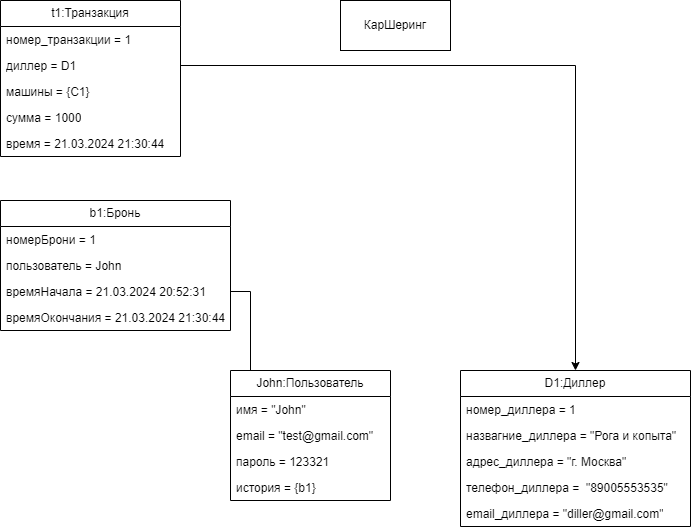
This is 3course2semestr/SIPI/block2/diagram_objectov.drawio.png from MShizikU/unik, a draw.io export, as it was before one commit. Source tidied: cells renumbered, new cells last; positions are measured from the earlier drawing's top-left corner, leaving out a move shared by most shapes.
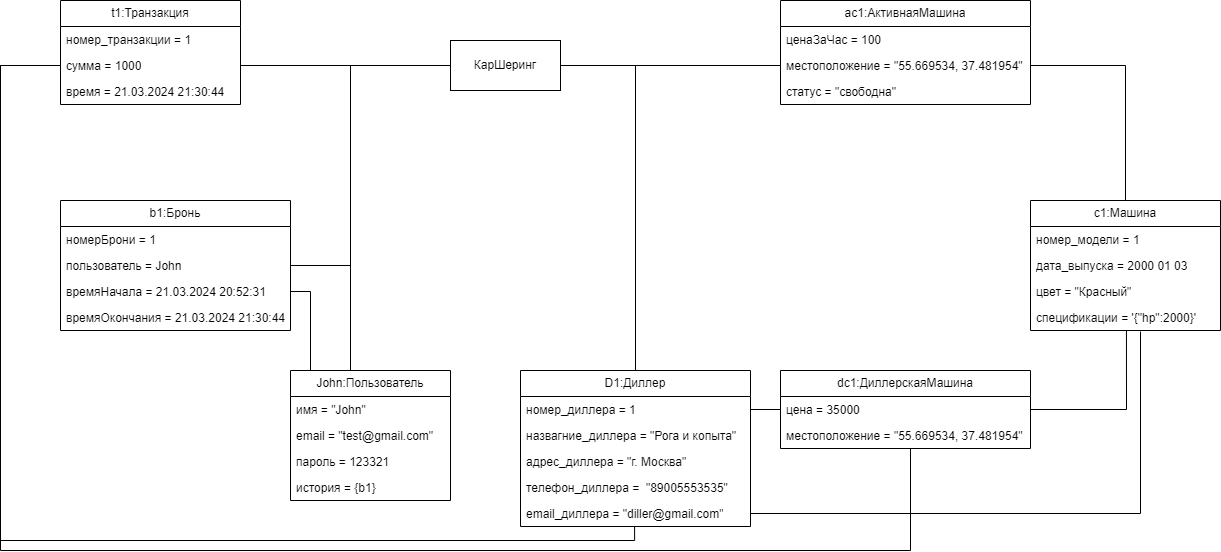
Later version of the same file.

Change to the diagram source:
```diff
@@ -2,8 +2,38 @@
   <root>
     <mxCell id="0" />
     <mxCell id="1" parent="0" />
+    <mxCell id="27" style="edgeStyle=orthogonalEdgeStyle;rounded=0;jettySize=auto;html=1;entryX=1;entryY=0.5;entryDx=0;entryDy=0;endArrow=none;endFill=0;exitX=0;exitY=0.5;exitDx=0;exitDy=0;" parent="1" edge="1" source="2" target="5">
+      <mxGeometry relative="1" as="geometry">
+        <Array as="points">
+          <mxPoint x="290" y="65" />
+          <mxPoint x="290" y="265" />
+        </Array>
+      </mxGeometry>
+    </mxCell>
+    <mxCell id="28" style="edgeStyle=orthogonalEdgeStyle;rounded=0;jettySize=auto;html=1;exitX=0;exitY=0.25;exitDx=0;exitDy=0;entryX=1;entryY=0.5;entryDx=0;entryDy=0;endArrow=none;endFill=0;" parent="1" edge="1" source="2" target="18">
+      <mxGeometry relative="1" as="geometry">
+        <Array as="points">
+          <mxPoint x="390" y="65" />
+        </Array>
+      </mxGeometry>
+    </mxCell>
+    <mxCell id="29" style="edgeStyle=orthogonalEdgeStyle;rounded=0;jettySize=auto;html=1;exitX=0;exitY=0.75;exitDx=0;exitDy=0;entryX=0.5;entryY=0;entryDx=0;entryDy=0;endArrow=none;endFill=0;" parent="1" edge="1" source="2" target="8">
+      <mxGeometry relative="1" as="geometry">
+        <Array as="points">
+          <mxPoint x="390" y="65" />
+          <mxPoint x="290" y="65" />
+          <mxPoint x="290" y="370" />
+        </Array>
+      </mxGeometry>
+    </mxCell>
+    <mxCell id="30" style="edgeStyle=orthogonalEdgeStyle;rounded=0;jettySize=auto;html=1;exitX=1;exitY=0.5;exitDx=0;exitDy=0;endArrow=none;endFill=0;" parent="1" edge="1" source="2" target="39">
+      <mxGeometry relative="1" as="geometry" />
+    </mxCell>
+    <mxCell id="31" style="edgeStyle=orthogonalEdgeStyle;rounded=0;jettySize=auto;html=1;exitX=1;exitY=0.5;exitDx=0;exitDy=0;entryX=0.5;entryY=0;entryDx=0;entryDy=0;endArrow=none;endFill=0;" parent="1" edge="1" source="2" target="20">
+      <mxGeometry relative="1" as="geometry" />
+    </mxCell>
     <mxCell id="2" value="КарШеринг" style="html=1;whiteSpace=wrap;" parent="1" vertex="1">
-      <mxGeometry x="340" width="110" height="50" as="geometry" />
+      <mxGeometry x="390" y="40" width="110" height="50" as="geometry" />
     </mxCell>
     <mxCell id="3" value="b1:Бронь" style="swimlane;fontStyle=0;horizontal=1;startSize=26;fillColor=none;whiteSpace=wrap;html=1;" parent="1" vertex="1">
       <mxGeometry y="200" width="230" height="130" as="geometry" />
@@ -43,22 +73,16 @@
       </mxGeometry>
     </mxCell>
     <mxCell id="14" value="t1:Транзакция" style="swimlane;fontStyle=0;horizontal=1;startSize=26;fillColor=none;whiteSpace=wrap;html=1;" parent="1" vertex="1">
-      <mxGeometry width="180" height="156" as="geometry" />
+      <mxGeometry width="180" height="104" as="geometry" />
     </mxCell>
     <mxCell id="15" value="номер_транзакции = 1" style="text;strokeColor=none;fillColor=none;align=left;verticalAlign=top;spacingLeft=4;spacingRight=4;overflow=hidden;whiteSpace=wrap;html=1;" parent="14" vertex="1">
       <mxGeometry y="26" width="180" height="26" as="geometry" />
     </mxCell>
-    <mxCell id="16" value="диллер = D1" style="text;strokeColor=none;fillColor=none;align=left;verticalAlign=top;spacingLeft=4;spacingRight=4;overflow=hidden;points=[[0,0.5],[1,0.5]];portConstraint=eastwest;whiteSpace=wrap;html=1;" parent="14" vertex="1">
-      <mxGeometry y="52" width="180" height="26" as="geometry" />
-    </mxCell>
-    <mxCell id="17" value="машины = {C1}" style="text;strokeColor=none;fillColor=none;align=left;verticalAlign=top;spacingLeft=4;spacingRight=4;overflow=hidden;whiteSpace=wrap;html=1;" parent="14" vertex="1">
-      <mxGeometry y="78" width="180" height="26" as="geometry" />
-    </mxCell>
     <mxCell id="18" value="сумма = 1000" style="text;strokeColor=none;fillColor=none;align=left;verticalAlign=top;spacingLeft=4;spacingRight=4;overflow=hidden;points=[[0,0.5],[1,0.5]];portConstraint=eastwest;whiteSpace=wrap;html=1;" parent="14" vertex="1">
-      <mxGeometry y="104" width="180" height="26" as="geometry" />
+      <mxGeometry y="52" width="180" height="26" as="geometry" />
     </mxCell>
     <mxCell id="19" value="время = 21.03.2024 21:30:44" style="text;strokeColor=none;fillColor=none;align=left;verticalAlign=top;spacingLeft=4;spacingRight=4;overflow=hidden;whiteSpace=wrap;html=1;" parent="14" vertex="1">
-      <mxGeometry y="130" width="180" height="26" as="geometry" />
+      <mxGeometry y="78" width="180" height="26" as="geometry" />
     </mxCell>
     <mxCell id="20" value="D1:Диллер" style="swimlane;fontStyle=0;horizontal=1;startSize=26;fillColor=none;whiteSpace=wrap;html=1;" parent="1" vertex="1">
       <mxGeometry x="460" y="370" width="230" height="156" as="geometry" />
@@ -78,8 +102,77 @@
     <mxCell id="25" value="email_диллера = &quot;diller@gmail.com&quot;" style="text;strokeColor=none;fillColor=none;align=left;verticalAlign=top;spacingLeft=4;spacingRight=4;overflow=hidden;points=[[0,0.5],[1,0.5]];portConstraint=eastwest;whiteSpace=wrap;html=1;" parent="20" vertex="1">
       <mxGeometry y="130" width="230" height="26" as="geometry" />
     </mxCell>
-    <mxCell id="26" style="edgeStyle=orthogonalEdgeStyle;rounded=0;jettySize=auto;html=1;" parent="1" edge="1" source="16" target="20">
-      <mxGeometry relative="1" as="geometry" />
+    <mxCell id="26" style="edgeStyle=orthogonalEdgeStyle;rounded=0;jettySize=auto;html=1;endArrow=none;endFill=0;entryX=0.496;entryY=1;entryDx=0;entryDy=0;entryPerimeter=0;exitX=0;exitY=0.5;exitDx=0;exitDy=0;" parent="1" edge="1" source="18" target="25">
+      <mxGeometry relative="1" as="geometry">
+        <Array as="points">
+          <mxPoint x="-60" y="65" />
+          <mxPoint x="-60" y="540" />
+          <mxPoint x="574" y="540" />
+        </Array>
+      </mxGeometry>
     </mxCell>
+    <mxCell id="32" value="с1:Машина" style="swimlane;fontStyle=0;horizontal=1;startSize=26;fillColor=none;whiteSpace=wrap;html=1;" parent="1" vertex="1">
+      <mxGeometry x="970" y="200" width="190" height="130" as="geometry" />
+    </mxCell>
+    <mxCell id="33" value="номер_модели = 1" style="text;strokeColor=none;fillColor=none;align=left;verticalAlign=top;spacingLeft=4;spacingRight=4;overflow=hidden;whiteSpace=wrap;html=1;" parent="32" vertex="1">
+      <mxGeometry y="26" width="190" height="26" as="geometry" />
+    </mxCell>
+    <mxCell id="34" value="дата_выпуска = 2000 01 03" style="text;strokeColor=none;fillColor=none;align=left;verticalAlign=top;spacingLeft=4;spacingRight=4;overflow=hidden;whiteSpace=wrap;html=1;" parent="32" vertex="1">
+      <mxGeometry y="52" width="190" height="26" as="geometry" />
+    </mxCell>
+    <mxCell id="35" value="цвет = &quot;Красный&quot;&lt;div&gt;&lt;br&gt;&lt;/div&gt;" style="text;strokeColor=none;fillColor=none;align=left;verticalAlign=top;spacingLeft=4;spacingRight=4;overflow=hidden;whiteSpace=wrap;html=1;" parent="32" vertex="1">
+      <mxGeometry y="78" width="190" height="26" as="geometry" />
+    </mxCell>
+    <mxCell id="36" value="спецификации = '{&quot;hp&quot;:2000}'" style="text;strokeColor=none;fillColor=none;align=left;verticalAlign=top;spacingLeft=4;spacingRight=4;overflow=hidden;points=[[0,0.5],[1,0.5]];portConstraint=eastwest;whiteSpace=wrap;html=1;" parent="32" vertex="1">
+      <mxGeometry y="104" width="190" height="26" as="geometry" />
+    </mxCell>
+    <mxCell id="37" value="ac1:АктивнаяМашина" style="swimlane;fontStyle=0;horizontal=1;startSize=26;fillColor=none;whiteSpace=wrap;html=1;" parent="1" vertex="1">
+      <mxGeometry x="720" width="250" height="104" as="geometry" />
+    </mxCell>
+    <mxCell id="38" value="ценаЗаЧас = 100" style="text;strokeColor=none;fillColor=none;align=left;verticalAlign=top;spacingLeft=4;spacingRight=4;overflow=hidden;whiteSpace=wrap;html=1;" parent="37" vertex="1">
+      <mxGeometry y="26" width="250" height="26" as="geometry" />
+    </mxCell>
+    <mxCell id="39" value="местоположение = &quot;55.669534, 37.481954&quot;" style="text;strokeColor=none;fillColor=none;align=left;verticalAlign=top;spacingLeft=4;spacingRight=4;overflow=hidden;points=[[0,0.5],[1,0.5]];portConstraint=eastwest;whiteSpace=wrap;html=1;" parent="37" vertex="1">
+      <mxGeometry y="52" width="250" height="26" as="geometry" />
+    </mxCell>
+    <mxCell id="40" value="статус = &quot;свободна&quot;" style="text;strokeColor=none;fillColor=none;align=left;verticalAlign=top;spacingLeft=4;spacingRight=4;overflow=hidden;whiteSpace=wrap;html=1;" parent="37" vertex="1">
+      <mxGeometry y="78" width="250" height="26" as="geometry" />
+    </mxCell>
+    <mxCell id="41" style="edgeStyle=orthogonalEdgeStyle;rounded=0;jettySize=auto;html=1;entryX=0.5;entryY=0;entryDx=0;entryDy=0;endArrow=none;endFill=0;" parent="1" edge="1" source="39" target="32">
+      <mxGeometry relative="1" as="geometry" />
+    </mxCell>
+    <mxCell id="42" value="dc1:ДиллерскаяМашина" style="swimlane;fontStyle=0;horizontal=1;startSize=26;fillColor=none;whiteSpace=wrap;html=1;" parent="1" vertex="1">
+      <mxGeometry x="720" y="370" width="250" height="78" as="geometry" />
+    </mxCell>
+    <mxCell id="43" value="цена = 35000" style="text;strokeColor=none;fillColor=none;align=left;verticalAlign=top;spacingLeft=4;spacingRight=4;overflow=hidden;points=[[0,0.5],[1,0.5]];portConstraint=eastwest;whiteSpace=wrap;html=1;" parent="42" vertex="1">
+      <mxGeometry y="26" width="250" height="26" as="geometry" />
+    </mxCell>
+    <mxCell id="44" value="местоположение = &quot;55.669534, 37.481954&quot;" style="text;strokeColor=none;fillColor=none;align=left;verticalAlign=top;spacingLeft=4;spacingRight=4;overflow=hidden;points=[[0,0.5],[1,0.5]];portConstraint=eastwest;whiteSpace=wrap;html=1;" parent="42" vertex="1">
+      <mxGeometry y="52" width="250" height="26" as="geometry" />
+    </mxCell>
+    <mxCell id="45" style="edgeStyle=orthogonalEdgeStyle;rounded=0;jettySize=auto;html=1;entryX=0.505;entryY=1;entryDx=0;entryDy=0;endArrow=none;endFill=0;entryPerimeter=0;exitX=1;exitY=0.5;exitDx=0;exitDy=0;" parent="1" edge="1" source="43" target="36">
+      <mxGeometry relative="1" as="geometry" />
+    </mxCell>
+    <mxCell id="46" style="edgeStyle=orthogonalEdgeStyle;rounded=0;jettySize=auto;html=1;exitX=0;exitY=0.5;exitDx=0;exitDy=0;entryX=0.52;entryY=1;entryDx=0;entryDy=0;entryPerimeter=0;endArrow=none;endFill=0;" parent="1" edge="1" source="18" target="44">
+      <mxGeometry relative="1" as="geometry">
+        <Array as="points">
+          <mxPoint x="-60" y="65" />
+          <mxPoint x="-60" y="550" />
+          <mxPoint x="850" y="550" />
+        </Array>
+      </mxGeometry>
+    </mxCell>
+    <mxCell id="47" style="edgeStyle=orthogonalEdgeStyle;rounded=0;jettySize=auto;html=1;exitX=1;exitY=0.5;exitDx=0;exitDy=0;endArrow=none;endFill=0;" parent="1" edge="1" source="25">
+      <mxGeometry relative="1" as="geometry">
+        <mxPoint x="1080" y="331" as="targetPoint" />
+        <Array as="points">
+          <mxPoint x="1080" y="513" />
+          <mxPoint x="1080" y="331" />
+        </Array>
+      </mxGeometry>
+    </mxCell>
+    <mxCell id="48" style="edgeStyle=orthogonalEdgeStyle;rounded=0;jettySize=auto;html=1;exitX=1;exitY=0.5;exitDx=0;exitDy=0;entryX=0;entryY=0.5;entryDx=0;entryDy=0;endArrow=none;endFill=0;" parent="1" edge="1" source="21" target="43">
+      <mxGeometry relative="1" as="geometry" />
+    </mxCell>
   </root>
 </mxGraphModel>
```
